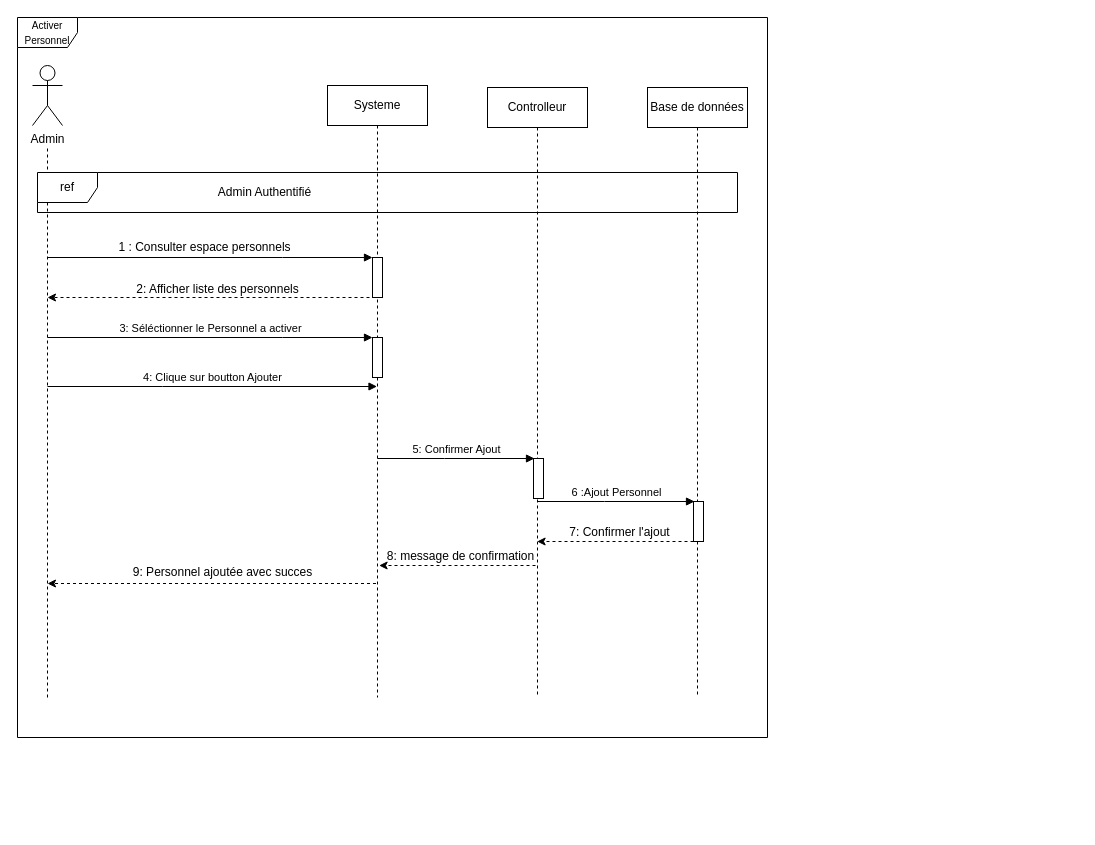
Before: DiagSequenceActiverPersonnel.drawio in PORTAIL-RH/Portail-RH-Mobile, a draw.io diagram. Source tidied: cells renumbered, new cells numbered last; positions are measured from the earlier drawing's top-left corner, leaving out a move shared by most shapes. Both pictures are drawn from the tidied source at 100%, with x=0, y=0 at pixel (17, 17).
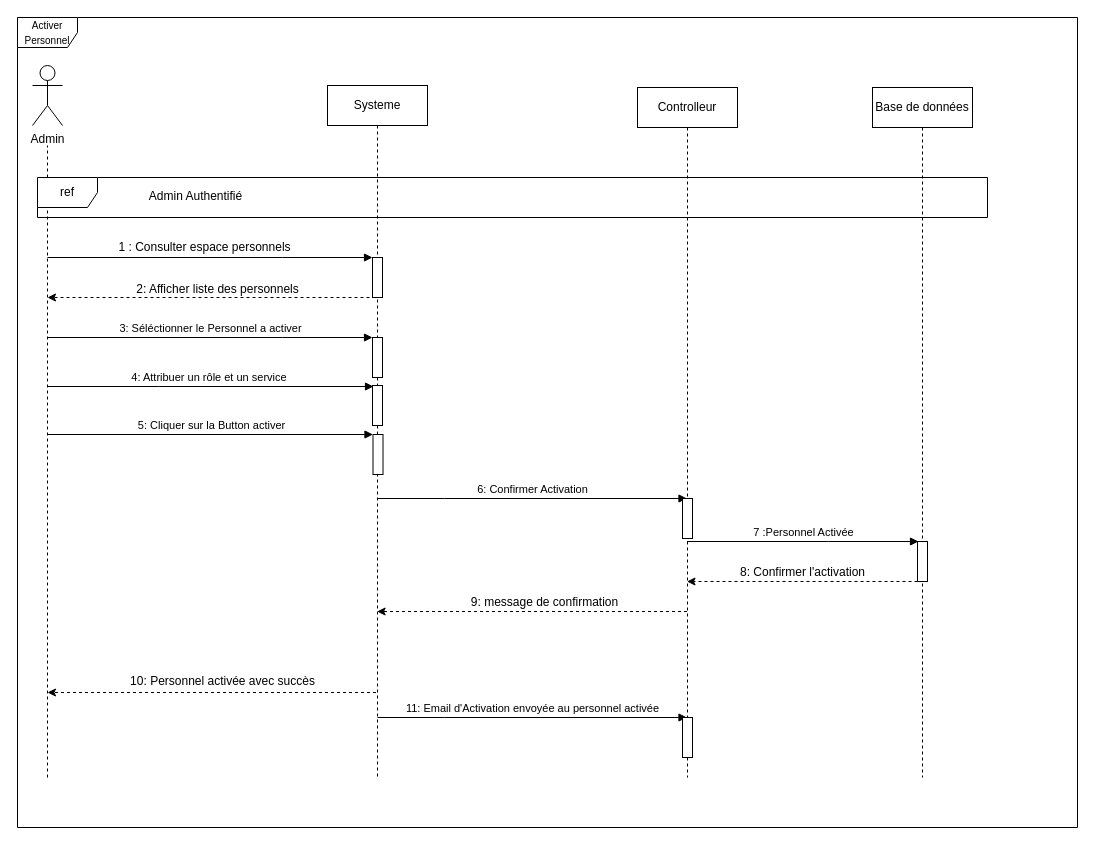
The same diagram, later.

Commit message:
Mettre à jour DiagSequenceActiverPersonnel.drawio

The edit, as a diff of the source:
```diff
@@
     <mxCell id="2" value="Systeme" style="shape=umlLifeline;perimeter=lifelinePerimeter;whiteSpace=wrap;html=1;outlineConnect=0;portConstraint=eastwest;newEdgeStyle={&quot;edgeStyle&quot;:&quot;elbowEdgeStyle&quot;,&quot;elbow&quot;:&quot;vertical&quot;,&quot;curved&quot;:0,&quot;rounded&quot;:0};" parent="1" vertex="1">
-      <mxGeometry x="310" y="68" width="100" height="612" as="geometry" />
+      <mxGeometry x="310" y="68" width="100" height="692" as="geometry" />
     </mxCell>
@@
     <mxCell id="6" style="endArrow=none;dashed=1;html=1;rounded=0;" parent="1" edge="1">
       <mxGeometry relative="1" as="geometry">
-        <mxPoint x="30" y="680" as="sourcePoint" />
+        <mxPoint x="30" y="760" as="sourcePoint" />
         <mxPoint x="30" y="128" as="targetPoint" />
       </mxGeometry>
     </mxCell>
-    <mxCell id="7" value="4: Clique sur boutton Ajouter" style="html=1;verticalAlign=bottom;endArrow=block;edgeStyle=elbowEdgeStyle;elbow=vertical;curved=0;rounded=0;" parent="1" edge="1" target="2">
+    <mxCell id="7" value="4: Attribuer un rôle et un service&amp;nbsp;" style="html=1;verticalAlign=bottom;endArrow=block;edgeStyle=elbowEdgeStyle;elbow=vertical;curved=0;rounded=0;entryX=0.5;entryY=0.025;entryDx=0;entryDy=0;entryPerimeter=0;" parent="1" edge="1">
       <mxGeometry relative="1" as="geometry">
         <mxPoint x="30" y="369" as="sourcePoint" />
+        <mxPoint x="356" y="369" as="targetPoint" />
         <Array as="points">
-          <mxPoint x="145" y="369" />
+          <mxPoint x="141" y="369" />
         </Array>
       </mxGeometry>
     </mxCell>
@@
     <mxCell id="12" value="ref" style="shape=umlFrame;whiteSpace=wrap;html=1;" parent="1" vertex="1">
-      <mxGeometry x="20" y="155" width="700" height="40" as="geometry" />
+      <mxGeometry x="20" y="160" width="950" height="40" as="geometry" />
     </mxCell>
     <mxCell id="13" value="Admin Authentifié" style="text;html=1;align=center;verticalAlign=middle;strokeColor=none;fillColor=none;" parent="1" vertex="1">
-      <mxGeometry x="187" y="160" width="120" height="30" as="geometry" />
+      <mxGeometry x="118" y="164" width="120" height="30" as="geometry" />
     </mxCell>
     <mxCell id="14" value="&lt;font style=&quot;font-size: 10px;&quot;&gt;Activer&lt;/font&gt;&lt;div&gt;&lt;font style=&quot;font-size: 10px;&quot;&gt;Personnel&lt;/font&gt;&lt;/div&gt;" style="shape=umlFrame;whiteSpace=wrap;html=1;" parent="1" vertex="1">
-      <mxGeometry width="750" height="720" as="geometry" />
+      <mxGeometry width="1060" height="810" as="geometry" />
     </mxCell>
     <mxCell id="15" value="Controlleur" style="shape=umlLifeline;perimeter=lifelinePerimeter;whiteSpace=wrap;html=1;outlineConnect=0;portConstraint=eastwest;newEdgeStyle={&quot;edgeStyle&quot;:&quot;elbowEdgeStyle&quot;,&quot;elbow&quot;:&quot;vertical&quot;,&quot;curved&quot;:0,&quot;rounded&quot;:0};" parent="1" vertex="1">
-      <mxGeometry x="470" y="70" width="100" height="610" as="geometry" />
+      <mxGeometry x="620" y="70" width="100" height="690" as="geometry" />
     </mxCell>
     <mxCell id="16" value="Base de données" style="shape=umlLifeline;perimeter=lifelinePerimeter;whiteSpace=wrap;html=1;newEdgeStyle={&quot;edgeStyle&quot;:&quot;elbowEdgeStyle&quot;,&quot;elbow&quot;:&quot;vertical&quot;,&quot;curved&quot;:0,&quot;rounded&quot;:0};" parent="1" vertex="1">
-      <mxGeometry x="630" y="70" width="100" height="610" as="geometry" />
+      <mxGeometry x="855" y="70" width="100" height="690" as="geometry" />
     </mxCell>
     <mxCell id="17" style="endArrow=classic;html=1;rounded=0;dashed=1;" parent="1" edge="1">
       <mxGeometry relative="1" as="geometry">
-        <mxPoint x="358.5" y="566" as="sourcePoint" />
-        <mxPoint x="30" y="566" as="targetPoint" />
+        <mxPoint x="358.5" y="675" as="sourcePoint" />
+        <mxPoint x="30" y="675" as="targetPoint" />
       </mxGeometry>
     </mxCell>
-    <mxCell id="18" value="9: Personnel ajoutée avec succes" style="text;html=1;align=center;verticalAlign=middle;strokeColor=none;fillColor=none;" parent="1" vertex="1">
-      <mxGeometry x="105" y="540" width="200" height="30" as="geometry" />
+    <mxCell id="18" value="10: Personnel activée avec succès" style="text;html=1;align=center;verticalAlign=middle;strokeColor=none;fillColor=none;" parent="1" vertex="1">
+      <mxGeometry x="100" y="649" width="210" height="30" as="geometry" />
     </mxCell>
-    <mxCell id="19" value="6 :Ajout Personnel" style="html=1;verticalAlign=bottom;endArrow=block;edgeStyle=elbowEdgeStyle;elbow=horizontal;curved=0;rounded=0;" parent="1" edge="1">
+    <mxCell id="19" value="7 :Personnel Activée" style="html=1;verticalAlign=bottom;endArrow=block;edgeStyle=elbowEdgeStyle;elbow=horizontal;curved=0;rounded=0;" parent="1" edge="1" source="15">
       <mxGeometry relative="1" as="geometry">
-        <mxPoint x="520" y="484" as="sourcePoint" />
-        <mxPoint x="677" y="484" as="targetPoint" />
+        <mxPoint x="901" y="524" as="targetPoint" />
         <Array as="points">
-          <mxPoint x="587" y="484" />
+          <mxPoint x="811" y="524" />
         </Array>
       </mxGeometry>
     </mxCell>
-    <mxCell id="20" value="7: Confirmer l'ajout" style="text;html=1;align=center;verticalAlign=middle;strokeColor=none;fillColor=none;" parent="1" vertex="1">
-      <mxGeometry x="542" y="500" width="120" height="30" as="geometry" />
+    <mxCell id="20" value="8: Confirmer l'activation" style="text;html=1;align=center;verticalAlign=middle;strokeColor=none;fillColor=none;" parent="1" vertex="1">
+      <mxGeometry x="710" y="540" width="150" height="30" as="geometry" />
     </mxCell>
     <mxCell id="21" style="rounded=0;whiteSpace=wrap;html=1;" parent="1" vertex="1">
-      <mxGeometry x="676" y="484" width="10" height="40" as="geometry" />
+      <mxGeometry x="900" y="524" width="10" height="40" as="geometry" />
     </mxCell>
-    <mxCell id="22" style="endArrow=classic;html=1;rounded=0;exitX=0;exitY=1;exitDx=0;exitDy=0;dashed=1;" parent="1" edge="1" source="21">
-      <mxGeometry relative="1" as="geometry">
-        <mxPoint x="519.6" y="524" as="targetPoint" />
-      </mxGeometry>
+    <mxCell id="22" style="endArrow=classic;html=1;rounded=0;exitX=0;exitY=1;exitDx=0;exitDy=0;dashed=1;" parent="1" edge="1" source="21" target="15">
+      <mxGeometry relative="1" as="geometry" />
     </mxCell>
-    <mxCell id="23" value="5: Confirmer Ajout" style="html=1;verticalAlign=bottom;endArrow=block;edgeStyle=elbowEdgeStyle;elbow=vertical;curved=0;rounded=0;" parent="1" edge="1">
+    <mxCell id="23" value="6: Confirmer Activation" style="html=1;verticalAlign=bottom;endArrow=block;edgeStyle=elbowEdgeStyle;elbow=vertical;curved=0;rounded=0;" parent="1" edge="1" target="15">
       <mxGeometry relative="1" as="geometry">
-        <mxPoint x="360" y="441" as="sourcePoint" />
-        <mxPoint x="517" y="441" as="targetPoint" />
+        <mxPoint x="360" y="481" as="sourcePoint" />
         <Array as="points">
-          <mxPoint x="427" y="441" />
+          <mxPoint x="427" y="481" />
         </Array>
       </mxGeometry>
     </mxCell>
     <mxCell id="24" style="rounded=0;whiteSpace=wrap;html=1;" parent="1" vertex="1">
-      <mxGeometry x="516" y="441" width="10" height="40" as="geometry" />
+      <mxGeometry x="665" y="481" width="10" height="40" as="geometry" />
     </mxCell>
-    <mxCell id="25" value="8: message de confirmation" style="text;html=1;align=center;verticalAlign=middle;strokeColor=none;fillColor=none;" parent="1" vertex="1">
-      <mxGeometry x="358" y="524" width="170" height="30" as="geometry" />
+    <mxCell id="25" value="9: message de confirmation" style="text;html=1;align=center;verticalAlign=middle;strokeColor=none;fillColor=none;" parent="1" vertex="1">
+      <mxGeometry x="442" y="570" width="170" height="30" as="geometry" />
     </mxCell>
-    <mxCell id="26" style="endArrow=classic;html=1;rounded=0;exitX=0;exitY=1;exitDx=0;exitDy=0;dashed=1;" parent="1" edge="1">
+    <mxCell id="26" style="endArrow=classic;html=1;rounded=0;dashed=1;" parent="1" edge="1" source="15">
       <mxGeometry relative="1" as="geometry">
-        <mxPoint x="518" y="548" as="sourcePoint" />
-        <mxPoint x="361.6" y="548" as="targetPoint" />
+        <mxPoint x="359.6" y="594" as="targetPoint" />
       </mxGeometry>
     </mxCell>
@@
+    <mxCell id="28" style="rounded=0;whiteSpace=wrap;html=1;" parent="1" vertex="1">
+      <mxGeometry x="355" y="368" width="10" height="40" as="geometry" />
+    </mxCell>
+    <mxCell id="29" style="rounded=0;whiteSpace=wrap;html=1;" parent="1" vertex="1">
+      <mxGeometry x="355.5" y="417" width="10" height="40" as="geometry" />
+    </mxCell>
+    <mxCell id="30" value="5: Cliquer sur la Button activer" style="html=1;verticalAlign=bottom;endArrow=block;edgeStyle=elbowEdgeStyle;elbow=vertical;curved=0;rounded=0;" parent="1" edge="1">
+      <mxGeometry relative="1" as="geometry">
+        <mxPoint x="30.5" y="417" as="sourcePoint" />
+        <mxPoint x="355.5" y="417" as="targetPoint" />
+        <Array as="points">
+          <mxPoint x="265.5" y="417" />
+        </Array>
+      </mxGeometry>
+    </mxCell>
+    <mxCell id="31" value="11: Email d'Activation envoyée au personnel activée" style="html=1;verticalAlign=bottom;endArrow=block;edgeStyle=elbowEdgeStyle;elbow=vertical;curved=0;rounded=0;" parent="1" edge="1" target="15">
+      <mxGeometry relative="1" as="geometry">
+        <mxPoint x="360" y="700" as="sourcePoint" />
+        <Array as="points">
+          <mxPoint x="427" y="700" />
+        </Array>
+      </mxGeometry>
+    </mxCell>
+    <mxCell id="32" style="rounded=0;whiteSpace=wrap;html=1;" parent="1" vertex="1">
+      <mxGeometry x="665" y="700" width="10" height="40" as="geometry" />
+    </mxCell>
```
